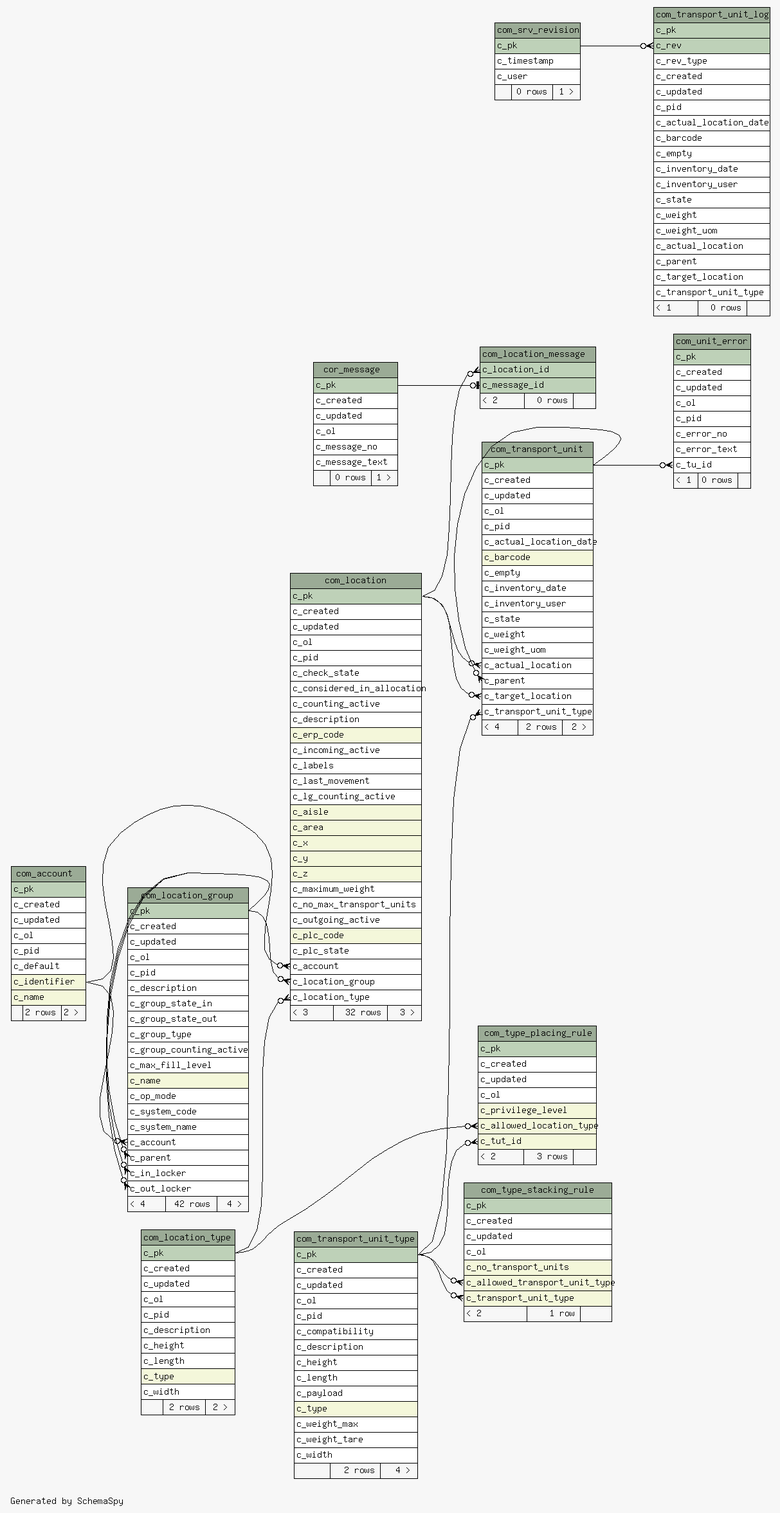
Earlier version of the Graphviz export 1.7.0-SNAPSHOT/schemaspy/diagrams/summary/relationships.real.large.png (openwms/org.openwms.common.service.lib). Its source is kept beside it as 1.7.0-SNAPSHOT/schemaspy/diagrams/summary/relationships.real.large.dot.
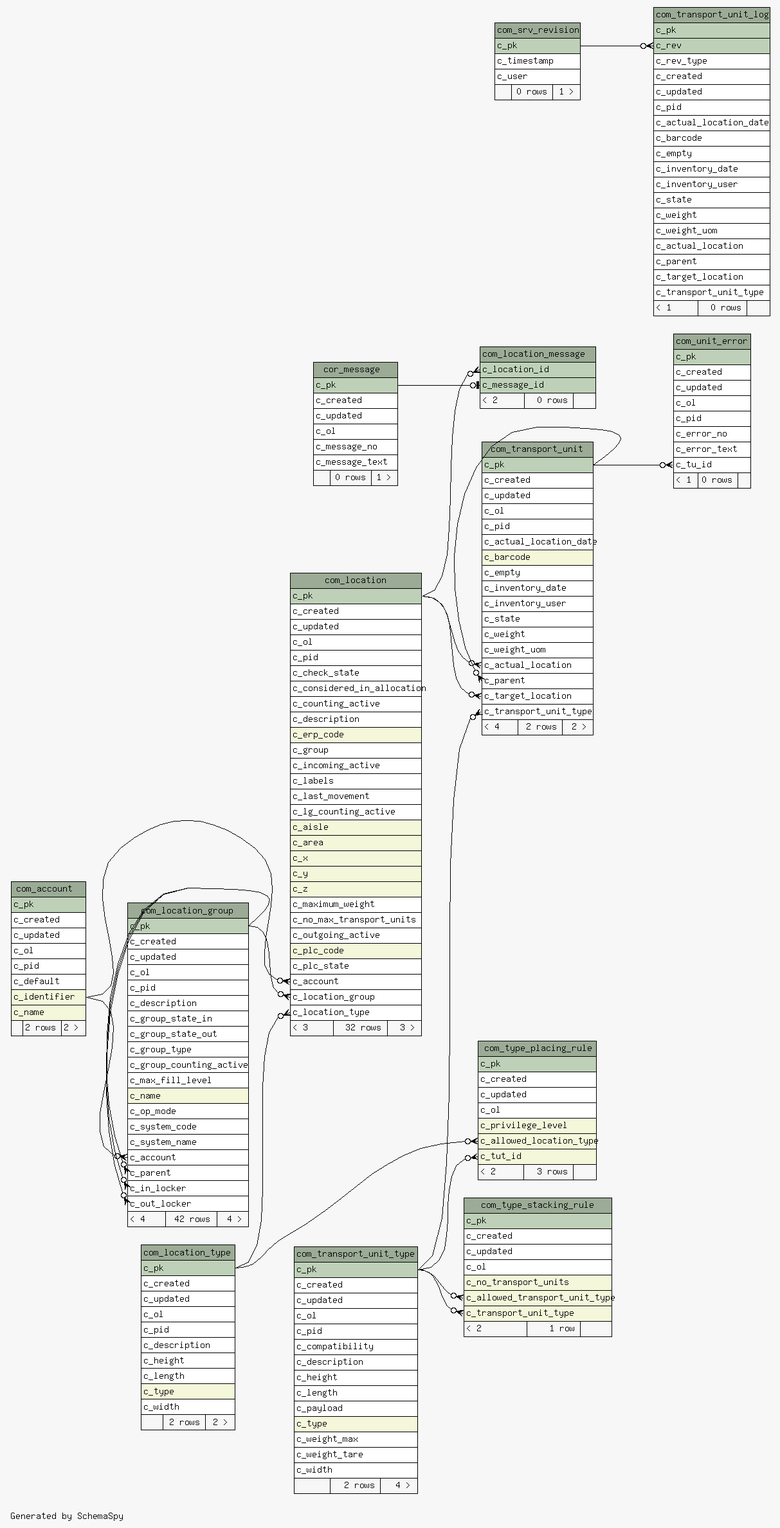
The same diagram one commit later.

Change to the diagram source:
```diff
@@ -48,6 +48,7 @@
       <TR><TD PORT="c_counting_active" COLSPAN="3" ALIGN="LEFT">c_counting_active</TD></TR>
       <TR><TD PORT="c_description" COLSPAN="3" ALIGN="LEFT">c_description</TD></TR>
       <TR><TD PORT="c_erp_code" COLSPAN="3" BGCOLOR="#f4f7da" ALIGN="LEFT">c_erp_code</TD></TR>
+      <TR><TD PORT="c_group" COLSPAN="3" ALIGN="LEFT">c_group</TD></TR>
       <TR><TD PORT="c_incoming_active" COLSPAN="3" ALIGN="LEFT">c_incoming_active</TD></TR>
       <TR><TD PORT="c_labels" COLSPAN="3" ALIGN="LEFT">c_labels</TD></TR>
       <TR><TD PORT="c_last_movement" COLSPAN="3" ALIGN="LEFT">c_last_movement</TD></TR>
```
